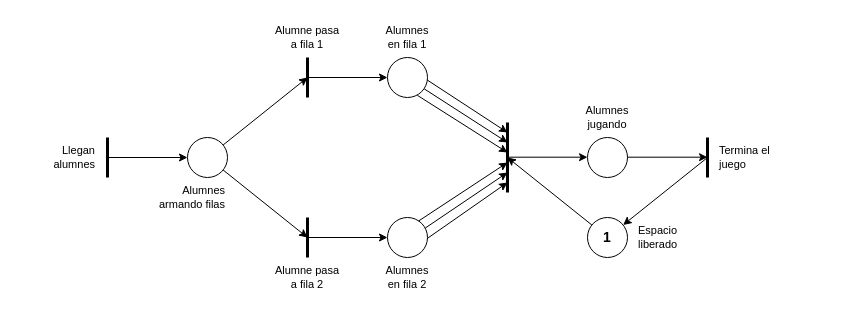
The draw.io diagram RP_10.drawio in mvalleym/ing_software1, before the edit. Source tidied: cells renumbered, new cells numbered last; positions are measured from the earlier drawing's top-left corner, leaving out a move shared by most shapes. Both pictures are drawn from the tidied source at 100%, with x=0, y=0 at pixel (17, 17).
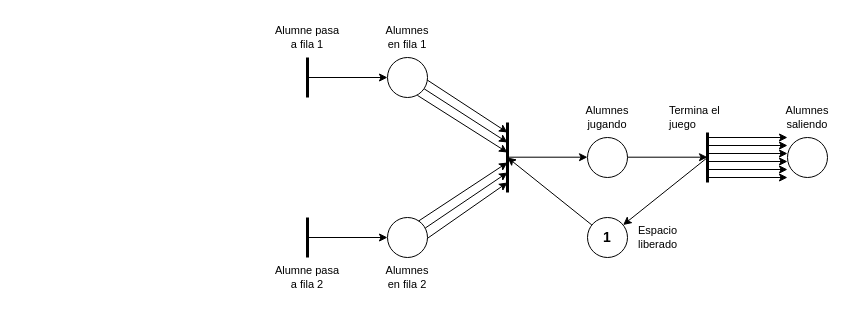
The same page after the edit.

Change to the diagram source:
```diff
@@
-    <mxCell id="7" style="ellipse;whiteSpace=wrap;html=1;" parent="1" vertex="1">
-      <mxGeometry x="170" y="120" width="40" height="40" as="geometry" />
-    </mxCell>
@@
-    <mxCell id="9" style="endArrow=none;html=1;strokeWidth=3;" parent="1" edge="1">
-      <mxGeometry relative="1" as="geometry">
-        <mxPoint x="690" y="160" as="sourcePoint" />
-        <mxPoint x="690" y="120" as="targetPoint" />
-      </mxGeometry>
-    </mxCell>
@@
-    <mxCell id="11" style="endArrow=classic;html=1;strokeWidth=1;" parent="1" edge="1" source="7">
-      <mxGeometry relative="1" as="geometry">
-        <mxPoint x="290" y="60" as="targetPoint" />
-      </mxGeometry>
-    </mxCell>
-    <mxCell id="12" style="endArrow=classic;html=1;strokeWidth=1;" parent="1" edge="1" source="7">
-      <mxGeometry relative="1" as="geometry">
-        <mxPoint x="290" y="220" as="targetPoint" />
-      </mxGeometry>
-    </mxCell>
@@
-    <mxCell id="27" value="&lt;div style=&quot;font-size: 11px&quot; align=&quot;right&quot;&gt;Alumnes armando filas&lt;br&gt;&lt;/div&gt;" style="text;html=1;strokeColor=none;fillColor=none;align=right;verticalAlign=middle;whiteSpace=wrap;rounded=0;fontSize=11;" parent="1" vertex="1">
-      <mxGeometry x="130" y="160" width="80" height="40" as="geometry" />
-    </mxCell>
@@
     <mxCell id="32" value="Termina el juego" style="text;html=1;strokeColor=none;fillColor=none;align=left;verticalAlign=middle;whiteSpace=wrap;rounded=0;fontSize=11;" parent="1" vertex="1">
-      <mxGeometry x="700" y="120" width="70" height="40" as="geometry" />
+      <mxGeometry x="650" y="80" width="80" height="40" as="geometry" />
     </mxCell>
@@
-    <mxCell id="34" style="endArrow=none;html=1;strokeWidth=3;" parent="1" edge="1">
-      <mxGeometry relative="1" as="geometry">
-        <mxPoint x="90" y="160" as="sourcePoint" />
-        <mxPoint x="90" y="120" as="targetPoint" />
-      </mxGeometry>
-    </mxCell>
-    <mxCell id="35" style="endArrow=classic;html=1;strokeWidth=1;" parent="1" edge="1">
-      <mxGeometry relative="1" as="geometry">
-        <mxPoint x="90" y="140" as="sourcePoint" />
-        <mxPoint x="170" y="140" as="targetPoint" />
-      </mxGeometry>
-    </mxCell>
-    <mxCell id="36" value="&lt;div&gt;Llegan&lt;/div&gt;&lt;div&gt;alumnes&lt;/div&gt;" style="text;html=1;strokeColor=none;fillColor=none;align=right;verticalAlign=middle;whiteSpace=wrap;rounded=0;fontSize=11;" parent="1" vertex="1">
-      <mxGeometry y="120" width="80" height="40" as="geometry" />
-    </mxCell>
+    <mxCell id="37" style="ellipse;whiteSpace=wrap;html=1;" parent="1" vertex="1">
+      <mxGeometry x="770" y="120" width="40" height="40" as="geometry" />
+    </mxCell>
+    <mxCell id="38" value="&lt;div style=&quot;font-size: 11px&quot;&gt;Alumnes&lt;/div&gt;&lt;div style=&quot;font-size: 11px&quot;&gt;saliendo&lt;br&gt;&lt;/div&gt;" style="text;html=1;strokeColor=none;fillColor=none;align=center;verticalAlign=middle;whiteSpace=wrap;rounded=0;fontSize=11;" parent="1" vertex="1">
+      <mxGeometry x="750" y="80" width="80" height="40" as="geometry" />
+    </mxCell>
+    <mxCell id="39" style="endArrow=none;html=1;strokeWidth=3;" parent="1" edge="1">
+      <mxGeometry relative="1" as="geometry">
+        <mxPoint x="690" y="165" as="sourcePoint" />
+        <mxPoint x="690" y="115" as="targetPoint" />
+      </mxGeometry>
+    </mxCell>
+    <mxCell id="40" style="endArrow=classic;html=1;strokeWidth=1;" parent="1" edge="1">
+      <mxGeometry relative="1" as="geometry">
+        <mxPoint x="690" y="136" as="sourcePoint" />
+        <mxPoint x="770" y="136" as="targetPoint" />
+      </mxGeometry>
+    </mxCell>
+    <mxCell id="41" style="endArrow=classic;html=1;strokeWidth=1;" parent="1" edge="1">
+      <mxGeometry relative="1" as="geometry">
+        <mxPoint x="690" y="144" as="sourcePoint" />
+        <mxPoint x="770" y="144" as="targetPoint" />
+      </mxGeometry>
+    </mxCell>
+    <mxCell id="42" style="endArrow=classic;html=1;strokeWidth=1;" parent="1" edge="1">
+      <mxGeometry relative="1" as="geometry">
+        <mxPoint x="690" y="152" as="sourcePoint" />
+        <mxPoint x="770" y="152" as="targetPoint" />
+      </mxGeometry>
+    </mxCell>
+    <mxCell id="43" style="endArrow=classic;html=1;strokeWidth=1;" parent="1" edge="1">
+      <mxGeometry relative="1" as="geometry">
+        <mxPoint x="690" y="160" as="sourcePoint" />
+        <mxPoint x="770" y="160" as="targetPoint" />
+      </mxGeometry>
+    </mxCell>
+    <mxCell id="44" style="endArrow=classic;html=1;strokeWidth=1;" parent="1" edge="1">
+      <mxGeometry relative="1" as="geometry">
+        <mxPoint x="690" y="128" as="sourcePoint" />
+        <mxPoint x="770" y="128" as="targetPoint" />
+      </mxGeometry>
+    </mxCell>
+    <mxCell id="45" style="endArrow=classic;html=1;strokeWidth=1;" parent="1" edge="1">
+      <mxGeometry relative="1" as="geometry">
+        <mxPoint x="690" y="120" as="sourcePoint" />
+        <mxPoint x="770" y="120" as="targetPoint" />
+      </mxGeometry>
+    </mxCell>
```
